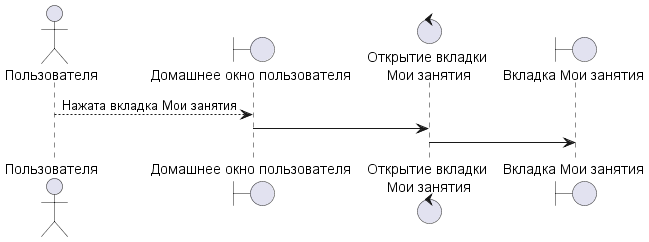
Before: UML/out/Posledovatelnosty/PoProsmotrMoixZanyatiq/PoProsmotrMoixZanyatiq.wsd.png, a diagram exported from PlantUML (Undetaker45/MDKP).
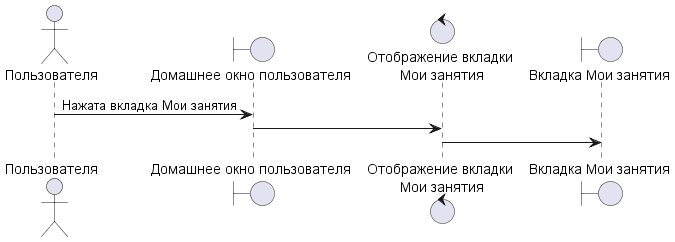
Above is the later version.

The edit, as a diff of the source:
```diff
@@ -4,11 +4,11 @@
 
 boundary "Домашнее окно пользователя" as bo
 
-control "Открытие вкладки\n Мои занятия" as co
+control "Отображение вкладки\n Мои занятия" as co
 
 boundary "Вкладка Мои занятия" as bo1
 
-pl --> bo: Нажата вкладка Мои занятия
+pl -> bo: Нажата вкладка Мои занятия
 
 bo -> co
 
```
